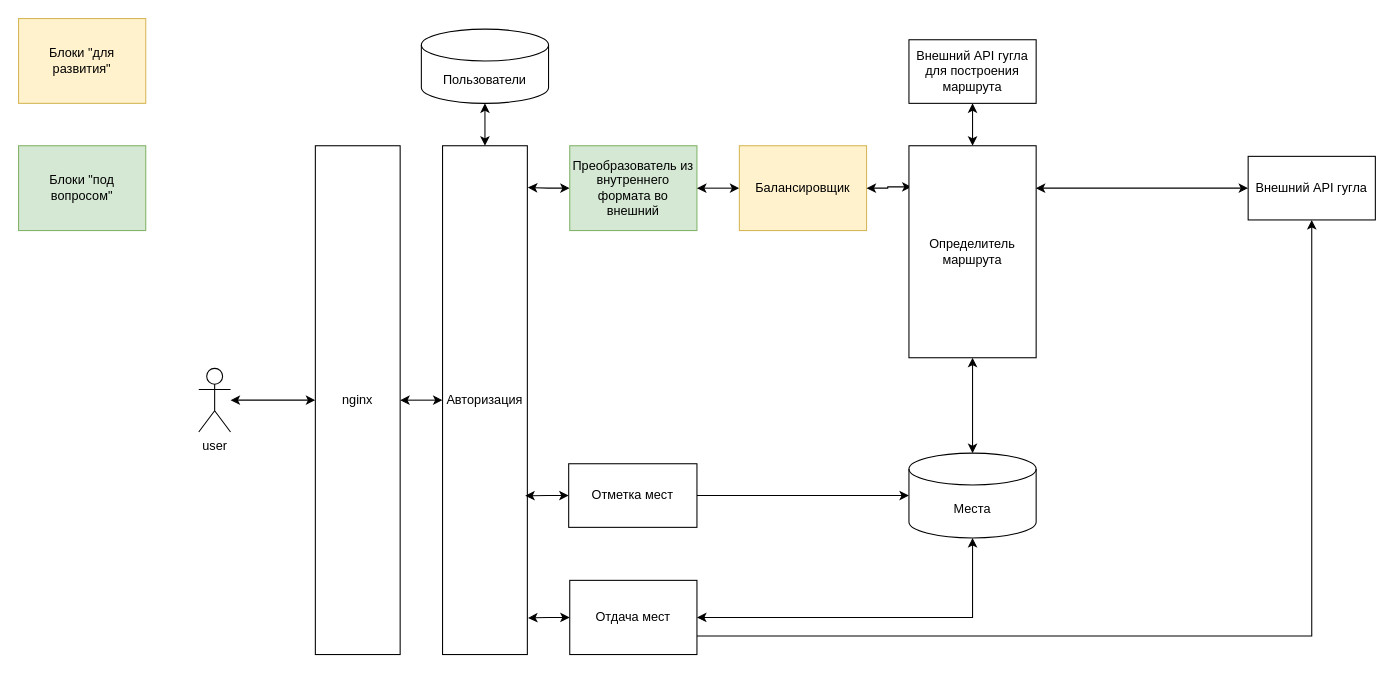
FackOff25/GradProjectDevOps keeps this draw.io diagram as docs/architecture/architecture.drawio. Above is the earlier version. Source tidied: cells renumbered, new cells numbered last; positions are measured from the earlier drawing's top-left corner, leaving out a move shared by most shapes. Both pictures are drawn from the tidied source at 106%, with x=0, y=0 at pixel (18, 18).
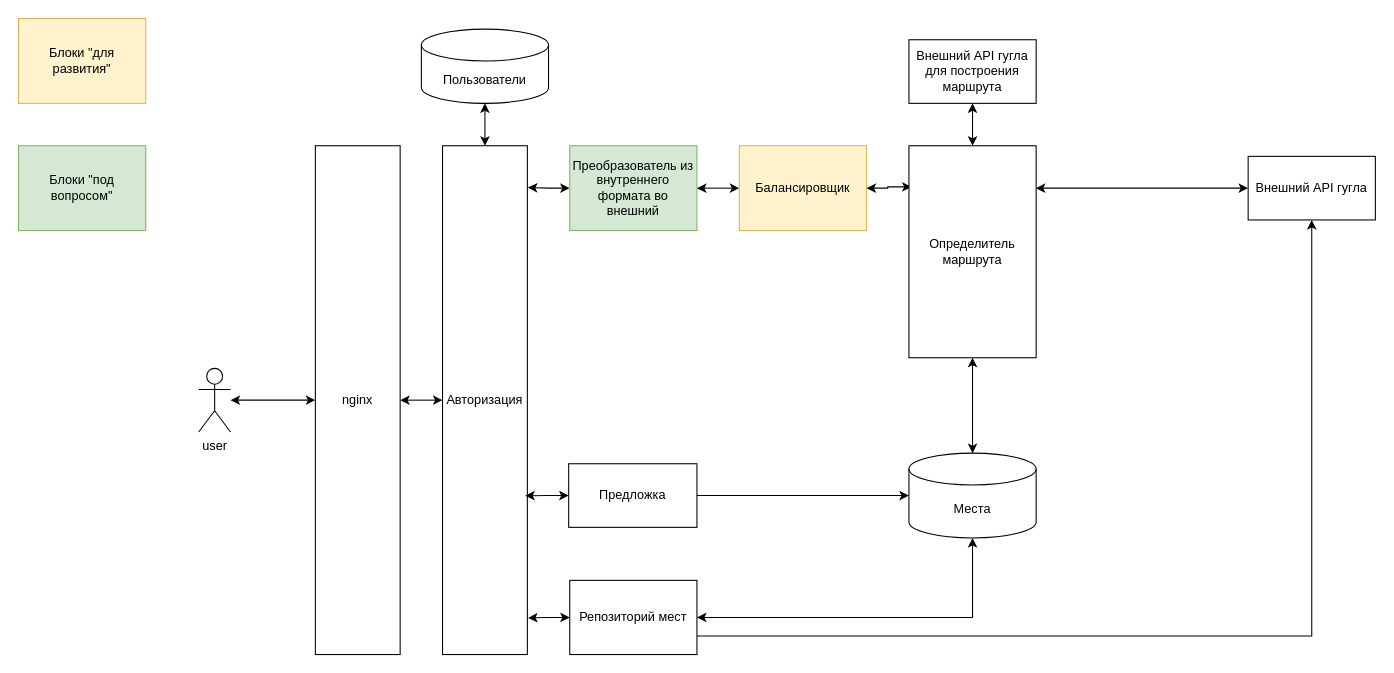
The same diagram, later.

Commit message (it also covers changes not shown here):
architecture upd

Diff of the diagram source:
```diff
@@
-    <mxCell id="25" value="Отдача мест" style="rounded=0;whiteSpace=wrap;html=1;" parent="1" vertex="1">
+    <mxCell id="25" value="Репозиторий мест" style="rounded=0;whiteSpace=wrap;html=1;" parent="1" vertex="1">
       <mxGeometry x="520" y="530" width="120" height="70" as="geometry" />
     </mxCell>
@@
-    <mxCell id="29" value="Отметка мест" style="rounded=0;whiteSpace=wrap;html=1;" parent="1" vertex="1">
+    <mxCell id="29" value="Предложка" style="rounded=0;whiteSpace=wrap;html=1;" parent="1" vertex="1">
       <mxGeometry x="519" y="420" width="121" height="60" as="geometry" />
     </mxCell>
```
